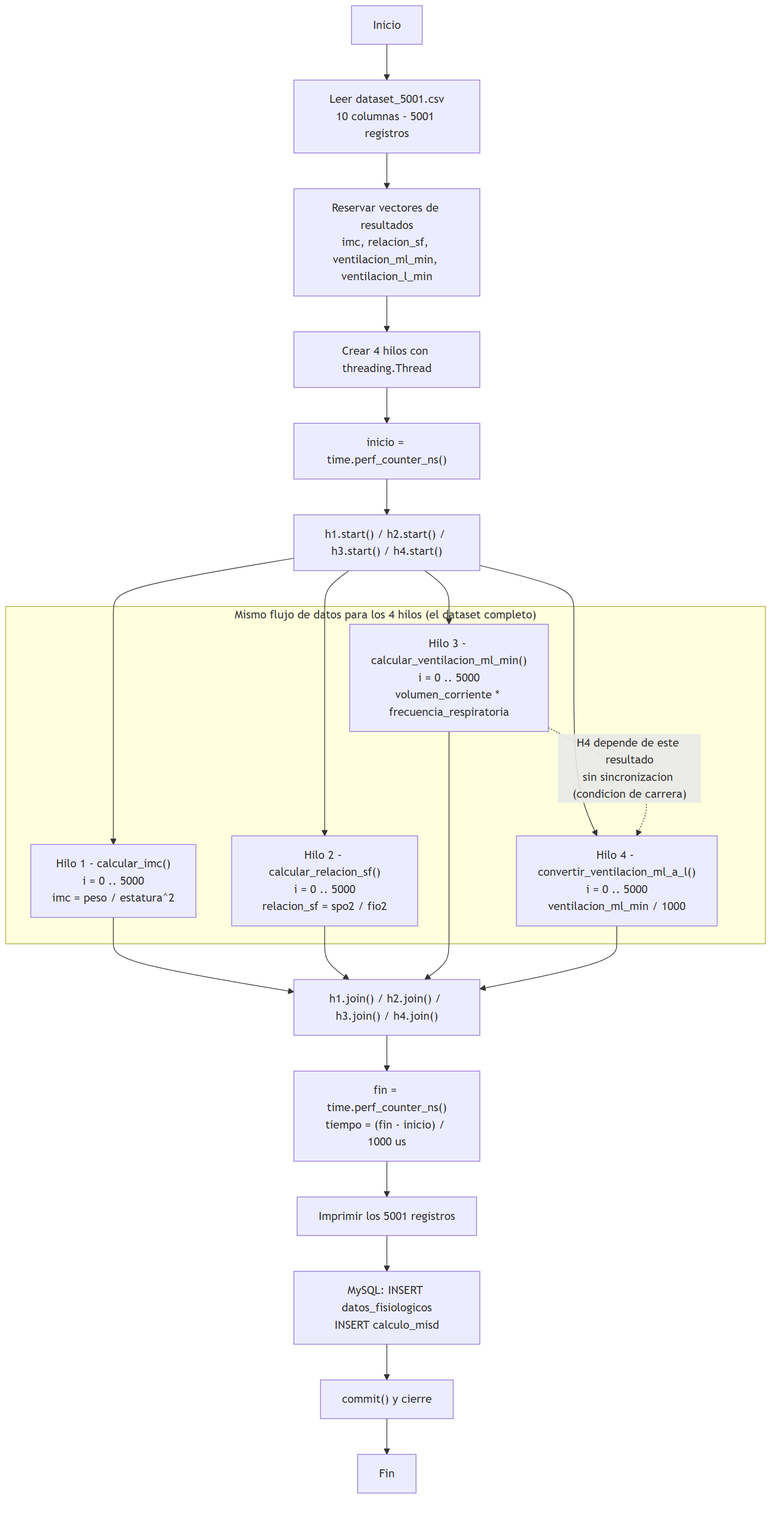
Above: diagramas/img/03-flujo-misd.png in DTiupul/Proyecto_Computacion_Paralela (Mermaid), before the change. Its source is kept beside it as diagramas/03-flujo-misd.mmd.
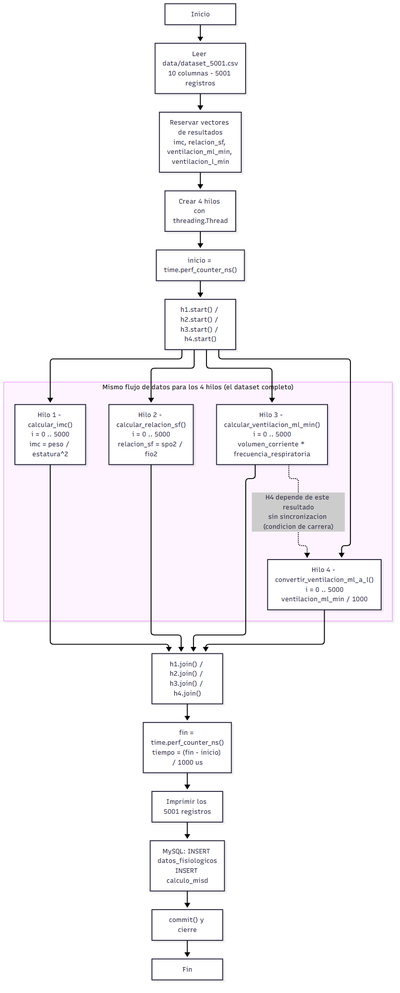
After the commit.

The edit, as a diff of the source:
```diff
@@ -1,5 +1,5 @@
 flowchart TB
-    A["Inicio"] --> B["Leer dataset_5001.csv<br/>10 columnas - 5001 registros"]
+    A["Inicio"] --> B["Leer data/dataset_5001.csv<br/>10 columnas - 5001 registros"]
     B --> C["Reservar vectores de resultados<br/>imc, relacion_sf, ventilacion_ml_min, ventilacion_l_min"]
     C --> D["Crear 4 hilos con threading.Thread"]
     D --> E["inicio = time.perf_counter_ns()"]
```
